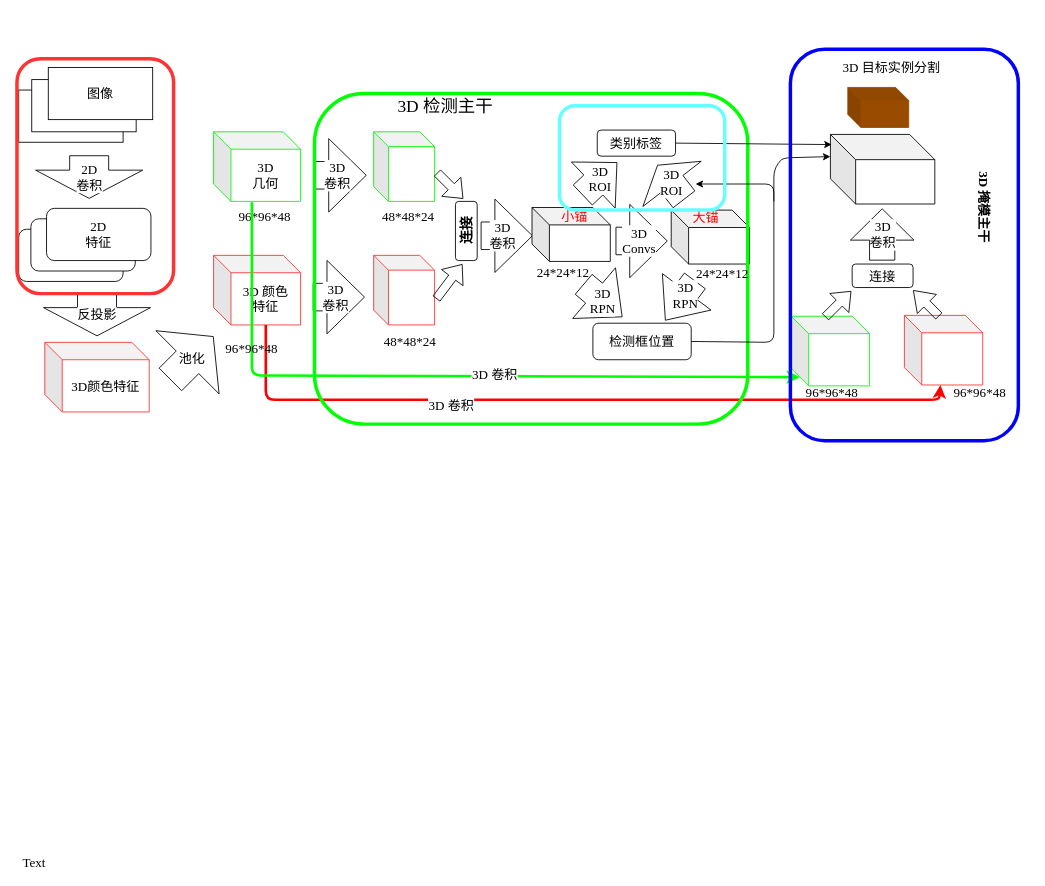
ByronGe/HARProject keeps this draw.io diagram as sis.drawio. Above is the earlier version. Source tidied: cells renumbered, new cells numbered last; positions are measured from the earlier drawing's top-left corner, leaving out a move shared by most shapes. Both pictures are drawn from the tidied source at 87%, with x=0, y=0 at pixel (17, 49).
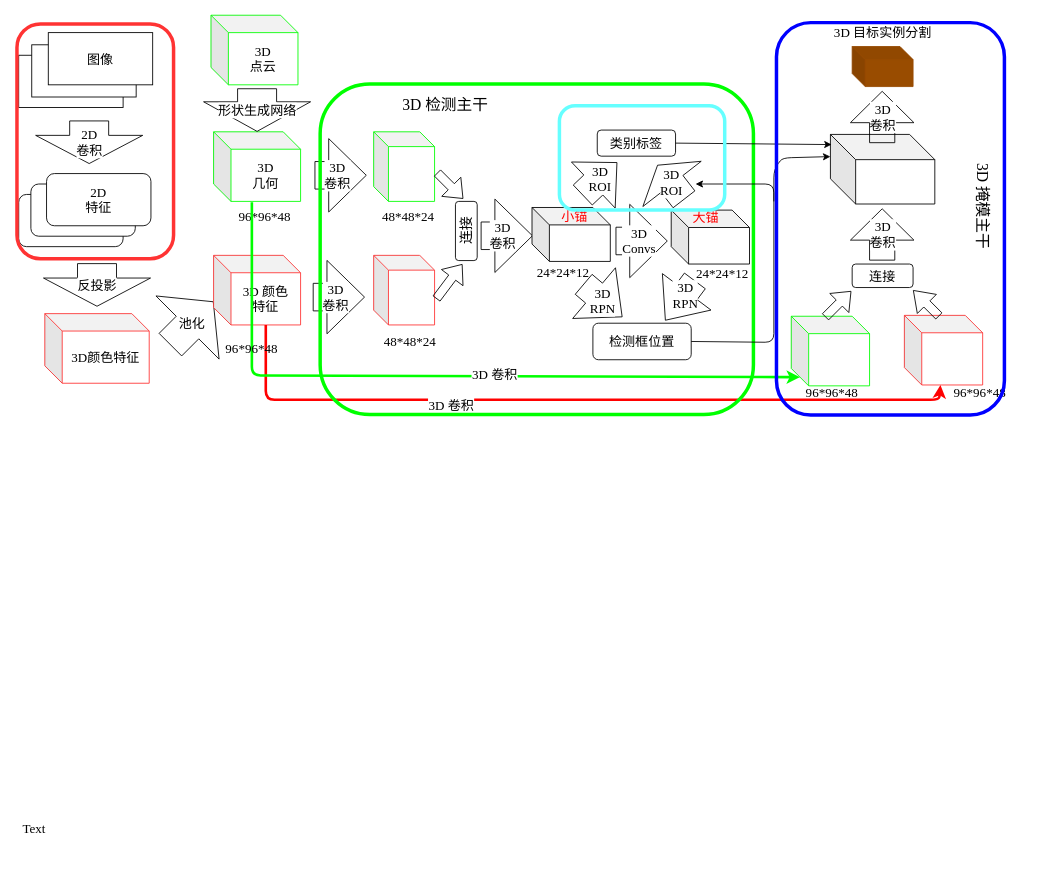
The same diagram, later.

What changed in the source:
```diff
@@
     <mxCell id="2" style="rounded=0;whiteSpace=wrap;html=1;fontFamily=Times New Roman;fontSize=15;" parent="1" vertex="1">
-      <mxGeometry x="2" y="47" width="120" height="60" as="geometry" />
+      <mxGeometry x="2" y="7" width="120" height="60" as="geometry" />
     </mxCell>
     <mxCell id="3" style="rounded=0;whiteSpace=wrap;html=1;fontFamily=Times New Roman;fontSize=15;" parent="1" vertex="1">
-      <mxGeometry x="17" y="35" width="120" height="60" as="geometry" />
+      <mxGeometry x="17" y="-5" width="120" height="60" as="geometry" />
     </mxCell>
     <mxCell id="4" value="图像" style="rounded=0;whiteSpace=wrap;html=1;fontFamily=Times New Roman;fontSize=15;" parent="1" vertex="1">
-      <mxGeometry x="36" y="21" width="120" height="60" as="geometry" />
+      <mxGeometry x="36" y="-19" width="120" height="60" as="geometry" />
     </mxCell>
     <mxCell id="5" value="2D&lt;br style=&quot;font-size: 15px&quot;&gt;卷积" style="shape=flexArrow;endArrow=classic;html=1;endWidth=77.24137931034483;endSize=10.46896551724138;width=44.827586206896555;fontFamily=Times New Roman;fontSize=15;" parent="1" edge="1">
       <mxGeometry relative="1" as="geometry">
-        <mxPoint x="83" y="122" as="sourcePoint" />
-        <mxPoint x="83" y="172" as="targetPoint" />
+        <mxPoint x="83" y="82" as="sourcePoint" />
+        <mxPoint x="83" y="132" as="targetPoint" />
       </mxGeometry>
     </mxCell>
     <mxCell id="6" style="rounded=1;whiteSpace=wrap;html=1;fontFamily=Times New Roman;fontSize=15;" parent="1" vertex="1">
-      <mxGeometry x="2" y="207" width="120" height="60" as="geometry" />
+      <mxGeometry x="2" y="167" width="120" height="60" as="geometry" />
     </mxCell>
     <mxCell id="7" style="rounded=1;whiteSpace=wrap;html=1;fontFamily=Times New Roman;fontSize=15;" parent="1" vertex="1">
-      <mxGeometry x="16" y="195" width="120" height="60" as="geometry" />
+      <mxGeometry x="16" y="155" width="120" height="60" as="geometry" />
     </mxCell>
     <mxCell id="8" value="2D&lt;br style=&quot;font-size: 15px&quot;&gt;特征" style="rounded=1;whiteSpace=wrap;html=1;fontFamily=Times New Roman;fontSize=15;" parent="1" vertex="1">
-      <mxGeometry x="34" y="183" width="120" height="60" as="geometry" />
+      <mxGeometry x="34" y="143" width="120" height="60" as="geometry" />
     </mxCell>
     <mxCell id="9" value="反投影" style="shape=flexArrow;endArrow=classic;html=1;endWidth=77.24137931034483;endSize=10.46896551724138;width=44.827586206896555;fontFamily=Times New Roman;fontSize=15;" parent="1" edge="1">
       <mxGeometry relative="1" as="geometry">
-        <mxPoint x="92" y="280" as="sourcePoint" />
-        <mxPoint x="92" y="330" as="targetPoint" />
+        <mxPoint x="92" y="246" as="sourcePoint" />
+        <mxPoint x="92" y="296" as="targetPoint" />
       </mxGeometry>
     </mxCell>
     <mxCell id="10" value="3D颜色特征" style="shape=cube;whiteSpace=wrap;html=1;boundedLbl=1;backgroundOutline=1;darkOpacity=0.05;darkOpacity2=0.1;strokeColor=#FF3333;fontFamily=Times New Roman;fontSize=15;" parent="1" vertex="1">
-      <mxGeometry x="32" y="337" width="120" height="80" as="geometry" />
+      <mxGeometry x="32" y="304" width="120" height="80" as="geometry" />
     </mxCell>
     <mxCell id="11" value="池化" style="shape=flexArrow;endArrow=classic;html=1;endWidth=65;endSize=13.625000000000002;width=36.66666666666667;fontFamily=Times New Roman;fontSize=15;" parent="1" edge="1">
       <mxGeometry relative="1" as="geometry">
-        <mxPoint x="176" y="380" as="sourcePoint" />
-        <mxPoint x="226" y="330" as="targetPoint" />
+        <mxPoint x="176" y="340" as="sourcePoint" />
+        <mxPoint x="226" y="290" as="targetPoint" />
       </mxGeometry>
     </mxCell>
@@
-    <mxCell id="21" value="&lt;font style=&quot;font-size: 16px&quot;&gt;&lt;b&gt;连接&lt;/b&gt;&lt;/font&gt;" style="rounded=1;whiteSpace=wrap;html=1;fontFamily=Times New Roman;fontSize=15;horizontal=0;" parent="1" vertex="1">
+    <mxCell id="21" value="&lt;font style=&quot;font-size: 16px&quot;&gt;连接&lt;/font&gt;" style="rounded=1;whiteSpace=wrap;html=1;fontFamily=Times New Roman;fontSize=15;horizontal=0;" parent="1" vertex="1">
       <mxGeometry x="504" y="175" width="25" height="68" as="geometry" />
     </mxCell>
@@
     <mxCell id="45" style="shape=cube;whiteSpace=wrap;html=1;boundedLbl=1;backgroundOutline=1;darkOpacity=0.05;darkOpacity2=0.1;size=15;fontFamily=Times New Roman;fontSize=15;strokeColor=#994C00;fillColor=#994C00;" parent="1" vertex="1">
-      <mxGeometry x="955" y="44" width="70" height="46" as="geometry" />
+      <mxGeometry x="960" y="-3" width="70" height="46" as="geometry" />
     </mxCell>
     <mxCell id="46" value="3D 目标实例分割" style="text;html=1;strokeColor=none;fillColor=none;align=center;verticalAlign=middle;whiteSpace=wrap;rounded=0;fontFamily=Times New Roman;fontSize=15;" parent="1" vertex="1">
-      <mxGeometry x="900" y="11" width="211" height="20" as="geometry" />
+      <mxGeometry x="889.5" y="-29" width="211" height="20" as="geometry" />
     </mxCell>
     <mxCell id="47" style="rounded=1;whiteSpace=wrap;html=1;fillColor=none;strokeColor=#FF3333;strokeWidth=4;fontFamily=Times New Roman;fontSize=15;" parent="1" vertex="1">
-      <mxGeometry y="11" width="180" height="270" as="geometry" />
+      <mxGeometry y="-29" width="180" height="270" as="geometry" />
     </mxCell>
@@
     <mxCell id="54" style="rounded=1;whiteSpace=wrap;html=1;strokeColor=#00FF00;strokeWidth=4;fillColor=none;fontFamily=Times New Roman;fontSize=15;shadow=0;" parent="1" vertex="1">
-      <mxGeometry x="342" y="51" width="498" height="380" as="geometry" />
+      <mxGeometry x="348.5" y="40" width="498" height="380" as="geometry" />
     </mxCell>
-    <mxCell id="55" value="&lt;font style=&quot;font-size: 20px&quot;&gt;3D 检测主干&lt;/font&gt;" style="text;html=1;strokeColor=none;fillColor=none;align=center;verticalAlign=middle;whiteSpace=wrap;rounded=0;fontFamily=Times New Roman;fontSize=15;" parent="1" vertex="1">
+    <mxCell id="55" value="&lt;font style=&quot;font-size: 18px&quot;&gt;3D 检测主干&lt;/font&gt;" style="text;html=1;strokeColor=none;fillColor=none;align=center;verticalAlign=middle;whiteSpace=wrap;rounded=0;fontFamily=Times New Roman;fontSize=15;" parent="1" vertex="1">
       <mxGeometry x="359" y="55" width="267" height="20" as="geometry" />
     </mxCell>
@@
     <mxCell id="63" style="rounded=1;whiteSpace=wrap;html=1;strokeColor=#0000FF;strokeWidth=4;fillColor=none;fontFamily=Times New Roman;fontSize=15;" parent="1" vertex="1">
-      <mxGeometry x="889" width="262" height="450" as="geometry" />
+      <mxGeometry x="873" y="-30.5" width="262" height="451" as="geometry" />
     </mxCell>
     <mxCell id="64" value="Text" style="text;html=1;strokeColor=none;fillColor=none;align=center;verticalAlign=middle;whiteSpace=wrap;rounded=0;shadow=0;fontFamily=Times New Roman;fontSize=15;" parent="1" vertex="1">
-      <mxGeometry y="925" width="40" height="20" as="geometry" />
+      <mxGeometry y="885" width="40" height="20" as="geometry" />
     </mxCell>
@@
-    <mxCell id="67" value="&lt;b&gt;3D 掩模主干&lt;/b&gt;" style="text;html=1;strokeColor=none;fillColor=none;align=center;verticalAlign=middle;whiteSpace=wrap;rounded=0;shadow=0;labelBackgroundColor=none;fontFamily=Times New Roman;fontSize=15;fontColor=#000000;horizontal=0;rotation=-180;" parent="1" vertex="1">
-      <mxGeometry x="1087.5" y="62" width="49" height="240" as="geometry" />
+    <mxCell id="67" value="&lt;font style=&quot;font-size: 18px&quot;&gt;3D 掩模主干&lt;/font&gt;" style="text;html=1;strokeColor=none;fillColor=none;align=center;verticalAlign=middle;whiteSpace=wrap;rounded=0;shadow=0;labelBackgroundColor=none;fontFamily=Times New Roman;fontSize=15;fontColor=#000000;horizontal=0;rotation=-180;" parent="1" vertex="1">
+      <mxGeometry x="1084" y="59" width="53" height="243" as="geometry" />
     </mxCell>
@@
+    <mxCell id="69" value="3D&lt;br style=&quot;font-size: 15px&quot;&gt;点云" style="shape=cube;whiteSpace=wrap;html=1;boundedLbl=1;backgroundOutline=1;darkOpacity=0.05;darkOpacity2=0.1;strokeColor=#00FF00;fontFamily=Times New Roman;fontSize=15;" parent="1" vertex="1">
+      <mxGeometry x="223" y="-39" width="100" height="80" as="geometry" />
+    </mxCell>
+    <mxCell id="70" value="形状生成网络" style="shape=flexArrow;endArrow=classic;html=1;endWidth=77.17241379310344;endSize=11;width=44.827586206896555;fontFamily=Times New Roman;fontSize=15;" parent="1" edge="1">
+      <mxGeometry relative="1" as="geometry">
+        <mxPoint x="276" y="45" as="sourcePoint" />
+        <mxPoint x="276" y="95" as="targetPoint" />
+      </mxGeometry>
+    </mxCell>
+    <mxCell id="71" value="3D&lt;br&gt;卷积" style="shape=flexArrow;endArrow=classic;html=1;endWidth=43;endSize=11.67;width=29;fontFamily=Times New Roman;fontSize=15;" parent="1" edge="1">
+      <mxGeometry relative="1" as="geometry">
+        <mxPoint x="994.5" y="108" as="sourcePoint" />
+        <mxPoint x="994.5" y="48" as="targetPoint" />
+      </mxGeometry>
+    </mxCell>
```
